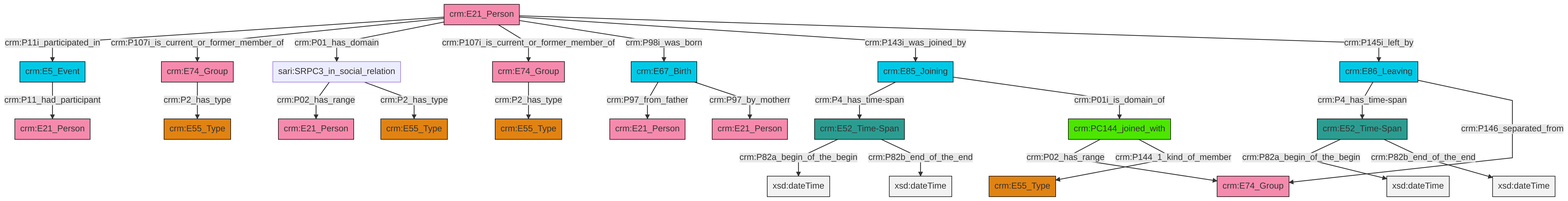
swiss-art-research-net/docs.swissartresearch keeps this Mermaid diagram as et/personCSV/ttl/mmd/png/Person_Actor_Relations.png. Above is the earlier version. Its source is kept beside it as et/personCSV/ttl/mmd/Person_Actor_Relations.ttl.mmd.
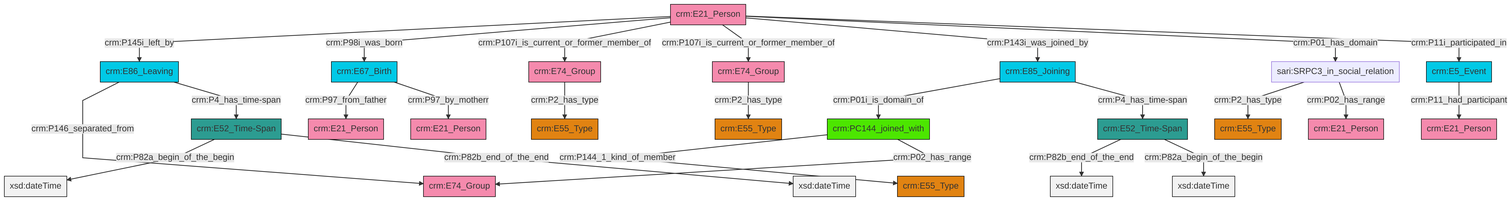
The same file after the commit.

The edit, as a diff of the source:
```diff
@@ -13,27 +13,27 @@
 classDef PC_Classes fill:#4ce600, stroke:#000000;
 classDef Multi fill:#cccccc,stroke:#000000;
 
-0["crm:E5_Event"]:::Temporal_Entity -->|crm:P11_had_participant| 1["crm:E21_Person"]:::Actor
-2["crm:E21_Person"]:::Actor -->|crm:P11i_participated_in| 0["crm:E5_Event"]:::Temporal_Entity
-5["crm:PC144_joined_with"]:::PC_Classes -->|crm:P02_has_range| 6["crm:E74_Group"]:::Actor
-7["crm:E86_Leaving"]:::Temporal_Entity -->|crm:P4_has_time-span| 8["crm:E52_Time-Span"]:::Time-Span
-13["crm:E74_Group"]:::Actor -->|crm:P2_has_type| 14["crm:E55_Type"]:::Type
-11["crm:E85_Joining"]:::Temporal_Entity -->|crm:P4_has_time-span| 17["crm:E52_Time-Span"]:::Time-Span
-15["crm:E74_Group"]:::Actor -->|crm:P2_has_type| 18["crm:E55_Type"]:::Type
-17["crm:E52_Time-Span"]:::Time-Span -->|crm:P82a_begin_of_the_begin| 25[xsd:dateTime]:::Literal
-7["crm:E86_Leaving"]:::Temporal_Entity -->|crm:P146_separated_from| 6["crm:E74_Group"]:::Actor
-27["sari:SRPC3_in_social_relation"]:::Default -->|crm:P02_has_range| 23["crm:E21_Person"]:::Actor
-2["crm:E21_Person"]:::Actor -->|crm:P107i_is_current_or_former_member_of| 15["crm:E74_Group"]:::Actor
-11["crm:E85_Joining"]:::Temporal_Entity -->|crm:P01i_is_domain_of| 5["crm:PC144_joined_with"]:::PC_Classes
-8["crm:E52_Time-Span"]:::Time-Span -->|crm:P82a_begin_of_the_begin| 29[xsd:dateTime]:::Literal
-17["crm:E52_Time-Span"]:::Time-Span -->|crm:P82b_end_of_the_end| 35[xsd:dateTime]:::Literal
-2["crm:E21_Person"]:::Actor -->|crm:P01_has_domain| 27["sari:SRPC3_in_social_relation"]:::Default
-5["crm:PC144_joined_with"]:::PC_Classes -->|crm:P144_1_kind_of_member| 37["crm:E55_Type"]:::Type
-2["crm:E21_Person"]:::Actor -->|crm:P107i_is_current_or_former_member_of| 13["crm:E74_Group"]:::Actor
-27["sari:SRPC3_in_social_relation"]:::Default -->|crm:P2_has_type| 3["crm:E55_Type"]:::Type
-2["crm:E21_Person"]:::Actor -->|crm:P98i_was_born| 20["crm:E67_Birth"]:::Temporal_Entity
-2["crm:E21_Person"]:::Actor -->|crm:P143i_was_joined_by| 11["crm:E85_Joining"]:::Temporal_Entity
-20["crm:E67_Birth"]:::Temporal_Entity -->|crm:P97_from_father| 9["crm:E21_Person"]:::Actor
-2["crm:E21_Person"]:::Actor -->|crm:P145i_left_by| 7["crm:E86_Leaving"]:::Temporal_Entity
-20["crm:E67_Birth"]:::Temporal_Entity -->|crm:P97_by_motherr| 32["crm:E21_Person"]:::Actor
-8["crm:E52_Time-Span"]:::Time-Span -->|crm:P82b_end_of_the_end| 43[xsd:dateTime]:::Literal
+2["crm:E67_Birth"]:::Temporal_Entity -->|crm:P97_from_father| 3["crm:E21_Person"]:::Actor
+8["crm:E86_Leaving"]:::Temporal_Entity -->|crm:P146_separated_from| 9["crm:E74_Group"]:::Actor
+2["crm:E67_Birth"]:::Temporal_Entity -->|crm:P97_by_motherr| 12["crm:E21_Person"]:::Actor
+8["crm:E86_Leaving"]:::Temporal_Entity -->|crm:P4_has_time-span| 14["crm:E52_Time-Span"]:::Time-Span
+14["crm:E52_Time-Span"]:::Time-Span -->|crm:P82a_begin_of_the_begin| 16[xsd:dateTime]:::Literal
+20["crm:E21_Person"]:::Actor -->|crm:P145i_left_by| 8["crm:E86_Leaving"]:::Temporal_Entity
+20["crm:E21_Person"]:::Actor -->|crm:P98i_was_born| 2["crm:E67_Birth"]:::Temporal_Entity
+22["crm:E85_Joining"]:::Temporal_Entity -->|crm:P01i_is_domain_of| 6["crm:PC144_joined_with"]:::PC_Classes
+23["crm:E52_Time-Span"]:::Time-Span -->|crm:P82b_end_of_the_end| 24[xsd:dateTime]:::Literal
+20["crm:E21_Person"]:::Actor -->|crm:P107i_is_current_or_former_member_of| 0["crm:E74_Group"]:::Actor
+20["crm:E21_Person"]:::Actor -->|crm:P107i_is_current_or_former_member_of| 35["crm:E74_Group"]:::Actor
+20["crm:E21_Person"]:::Actor -->|crm:P143i_was_joined_by| 22["crm:E85_Joining"]:::Temporal_Entity
+37["sari:SRPC3_in_social_relation"]:::Default -->|crm:P2_has_type| 30["crm:E55_Type"]:::Type
+35["crm:E74_Group"]:::Actor -->|crm:P2_has_type| 4["crm:E55_Type"]:::Type
+10["crm:E5_Event"]:::Temporal_Entity -->|crm:P11_had_participant| 27["crm:E21_Person"]:::Actor
+14["crm:E52_Time-Span"]:::Time-Span -->|crm:P82b_end_of_the_end| 40[xsd:dateTime]:::Literal
+6["crm:PC144_joined_with"]:::PC_Classes -->|crm:P144_1_kind_of_member| 32["crm:E55_Type"]:::Type
+23["crm:E52_Time-Span"]:::Time-Span -->|crm:P82a_begin_of_the_begin| 44[xsd:dateTime]:::Literal
+22["crm:E85_Joining"]:::Temporal_Entity -->|crm:P4_has_time-span| 23["crm:E52_Time-Span"]:::Time-Span
+6["crm:PC144_joined_with"]:::PC_Classes -->|crm:P02_has_range| 9["crm:E74_Group"]:::Actor
+37["sari:SRPC3_in_social_relation"]:::Default -->|crm:P02_has_range| 41["crm:E21_Person"]:::Actor
+20["crm:E21_Person"]:::Actor -->|crm:P01_has_domain| 37["sari:SRPC3_in_social_relation"]:::Default
+0["crm:E74_Group"]:::Actor -->|crm:P2_has_type| 18["crm:E55_Type"]:::Type
+20["crm:E21_Person"]:::Actor -->|crm:P11i_participated_in| 10["crm:E5_Event"]:::Temporal_Entity
```
